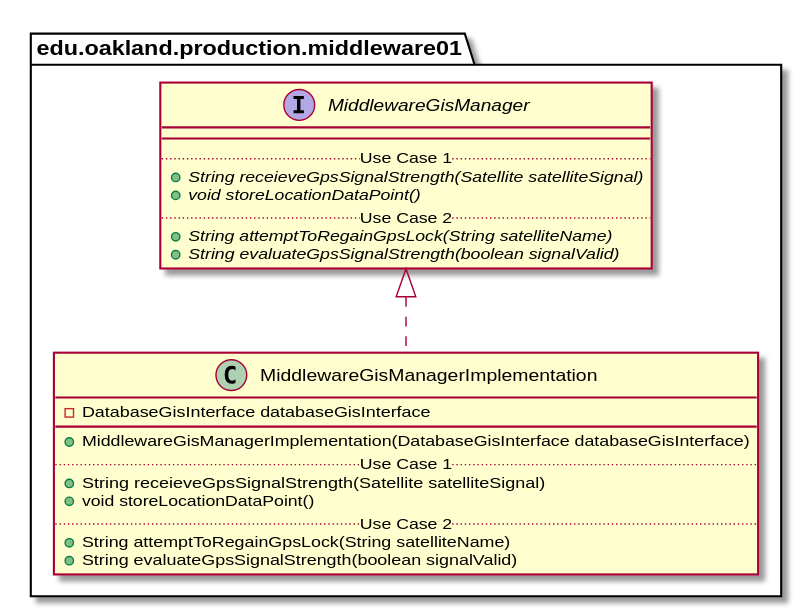
The PlantUML diagram docs/uml-class-diagrams/middleware01/production/MiddlewareGisManagerImplementation/MiddlewareGisManagerImplementation_DirectDependencies.svg in andrewdimmer/csi-3370-software-project, before a commit.
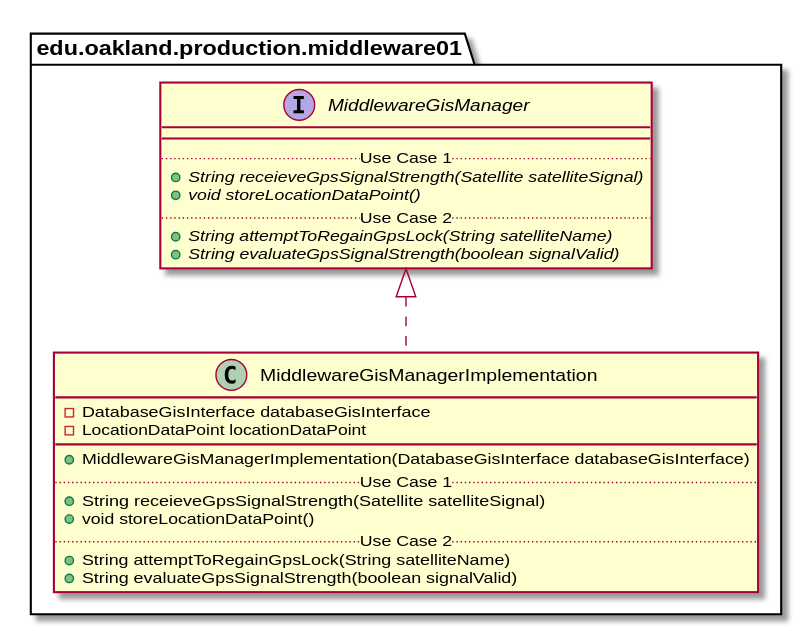
After the commit.

What changed in the source:
```diff
@@ -4,6 +4,7 @@
 package edu.oakland.production.middleware01 {
     class MiddlewareGisManagerImplementation {
         - DatabaseGisInterface databaseGisInterface
+        - LocationDataPoint locationDataPoint
         __
         + MiddlewareGisManagerImplementation(DatabaseGisInterface databaseGisInterface)
         .. Use Case 1 ..
```
